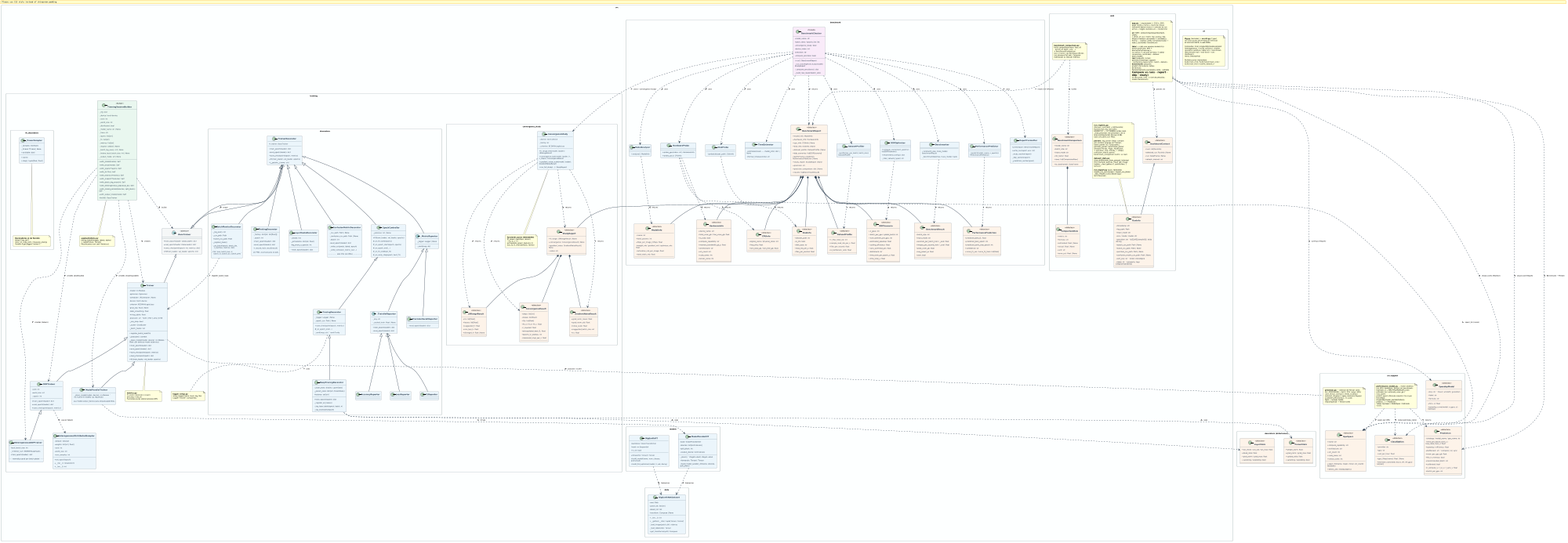
Before: docs/class_diagram.png, a diagram exported from PlantUML (alerguezrojas/tfg-distributed-transformers).
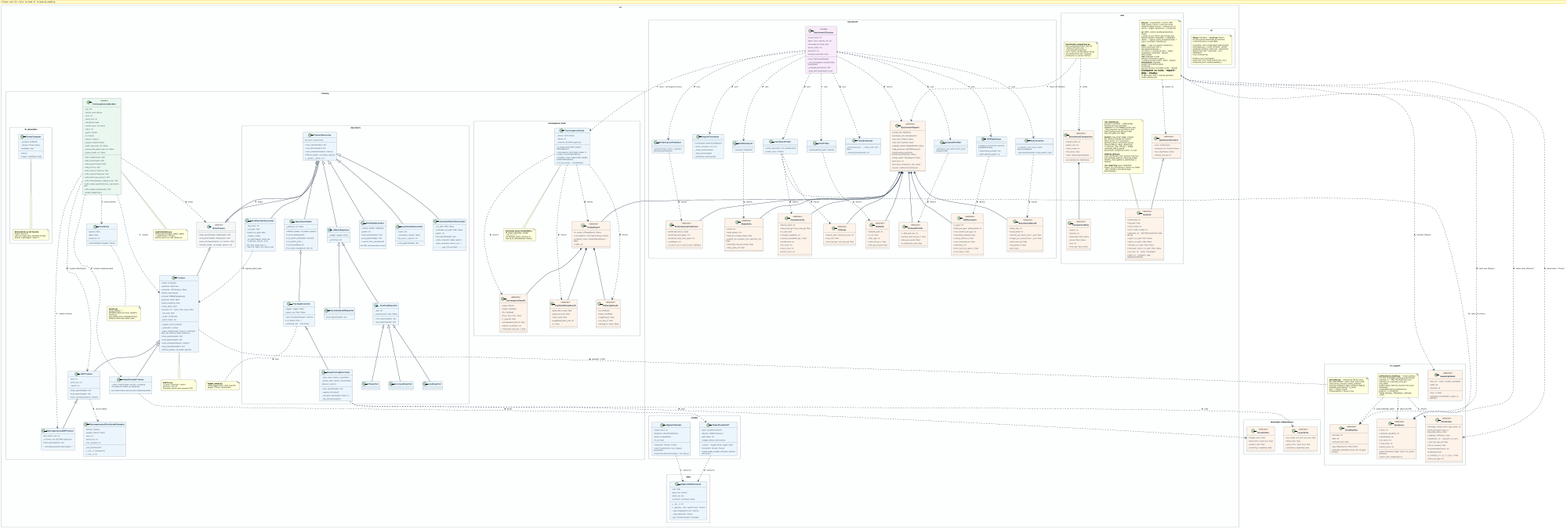
The same diagram one commit later.

Commit message:
docs: class diagram — canonical BigEarthModel (was alias BigEarthViT) + FocalLoss

The edit, as a diff of the source:
```diff
@@ -120,6 +120,20 @@
     Mezcla pares con coef. Beta(α,α).
   end note
 
+  class FocalLoss {
+    - gamma: float
+    - alpha: float
+    - reduction: str
+    + forward(logits, targets): Tensor
+  }
+
+  note as losses_note
+    **losses.py**
+    build_criterion → BCEWithLogitsLoss(+pos_weight) | FocalLoss
+    pos_weight_from_metadata('auto')
+    Palanca contra las clases raras.
+  end note
+
   note as metrics_note
     **metrics.py**
     f1_score / precision / recall /
@@ -326,7 +340,8 @@
 }
 
 package "src.models" #FDFEFE {
-  class BigEarthViT {
+  class BigEarthModel {
+    - model_name: str
     - backbone: VisionTransformer
     - head: nn.Sequential
     + is_vit: bool
@@ -718,6 +733,8 @@
 TrainingSessionBuilder ..> HeterogeneousDDPTrainer : creates (hetero) >
 TrainingSessionBuilder ..> ModelParallelTrainer : creates (model-parallel) >
 TrainingSessionBuilder ..> aug_note : uses >
+TrainingSessionBuilder ..> FocalLoss : build_criterion >
+FocalLoss .. losses_note
 
 DDPTrainer ..> HeterogeneousDistributedSampler : usa en hetero >
 
@@ -766,7 +783,7 @@
 BenchmarkReport *-- BenchmarkResult
 BenchmarkReport o-- StudyReport
 
-BigEarthViT ..> BigEarthNetDataset : trained on >
+BigEarthModel ..> BigEarthNetDataset : trained on >
 ModelParallelViT ..> BigEarthNetDataset : trained on >
 ModelParallelTrainer ..> ModelParallelViT : drives >
 
```
